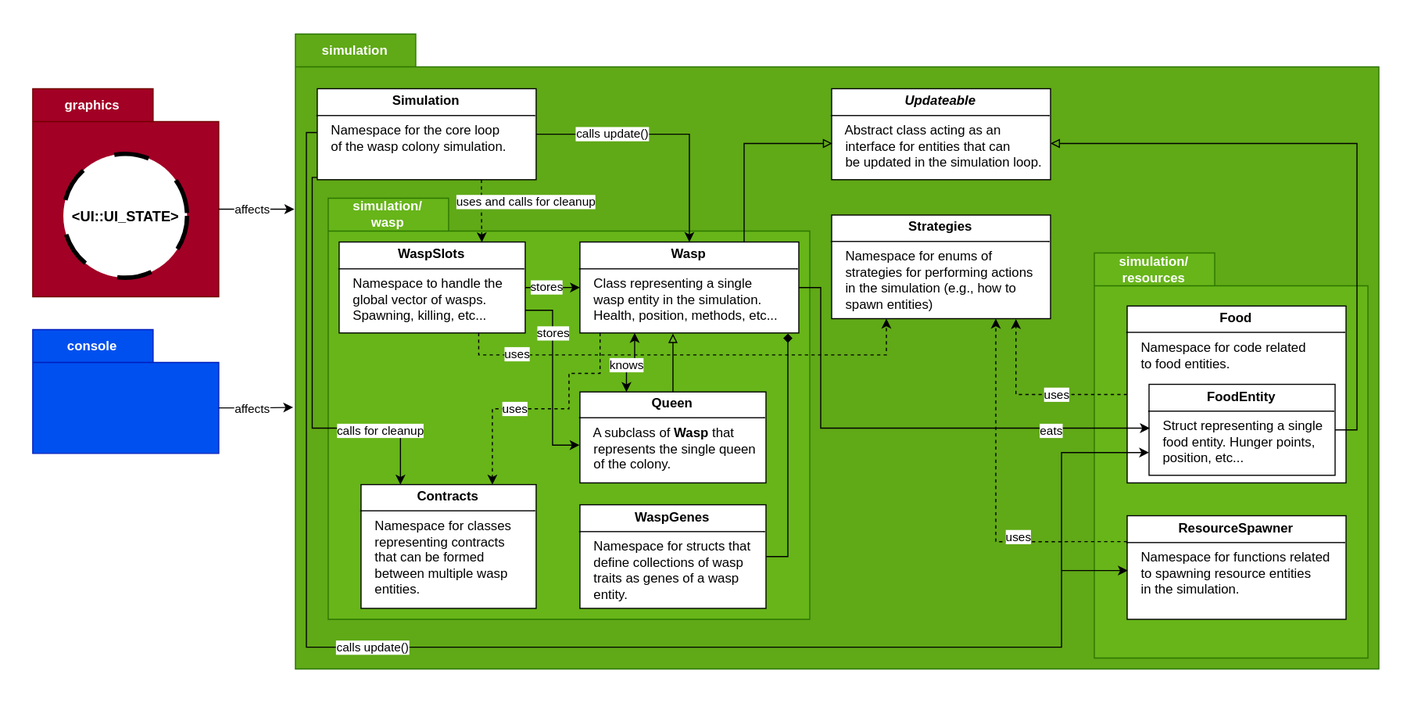
Earlier version of the draw.io export docs/img/simulation_architecture.svg (ErikSeewald/Eriks-Wasp-Sim). Source tidied: cells renumbered, new cells last; positions are measured from the earlier drawing's top-left corner, leaving out a move shared by most shapes.
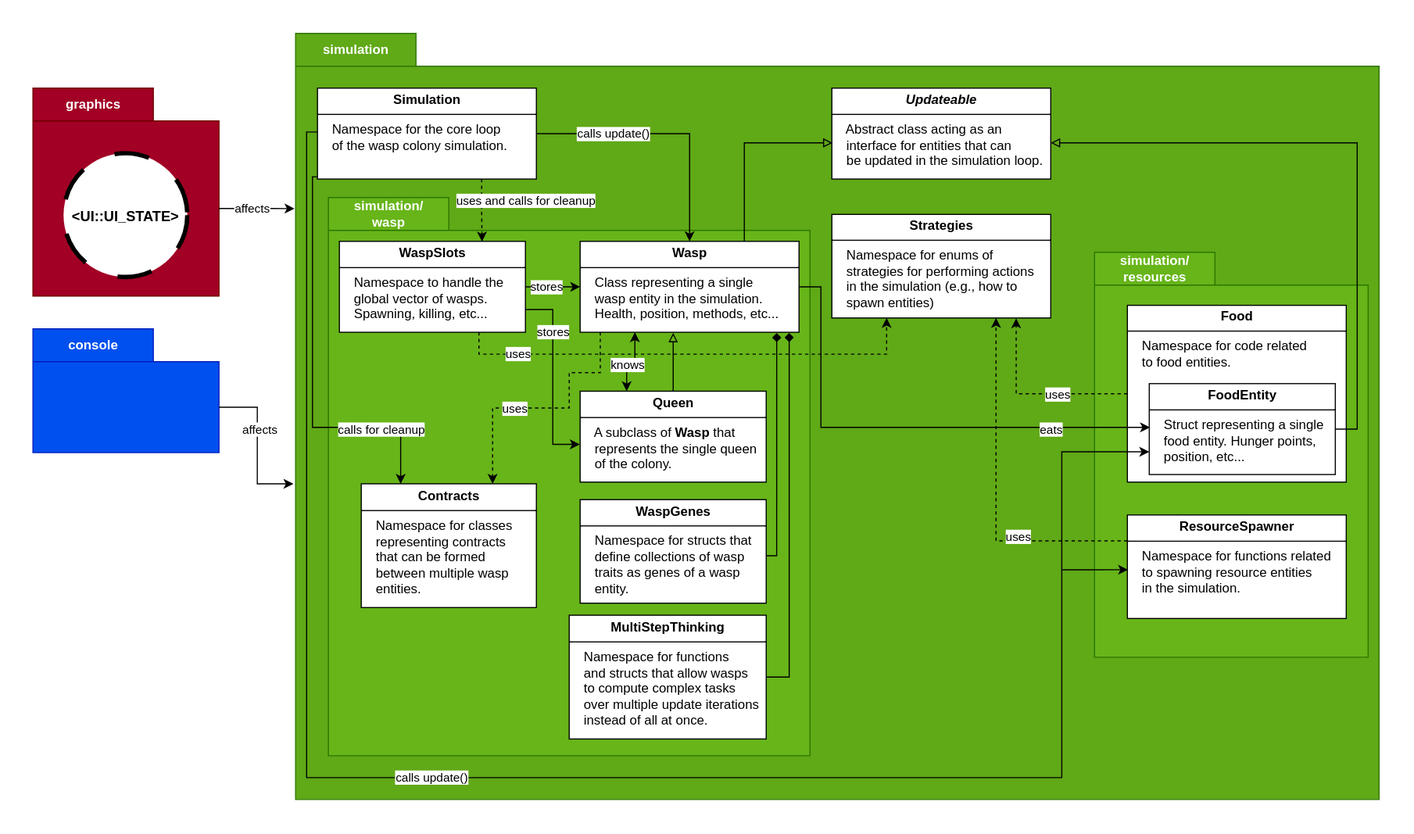
The same diagram one commit later.

What changed in the source:
```diff
@@ -6,7 +6,7 @@
       <mxGeometry y="50" width="170" height="190" as="geometry" />
     </mxCell>
     <mxCell id="3" value="simulation" style="shape=folder;fontStyle=1;tabWidth=110;tabHeight=30;tabPosition=left;html=1;boundedLbl=1;labelInHeader=1;whiteSpace=wrap;fillColor=#60a917;fontColor=#ffffff;strokeColor=#2D7600;" parent="1" vertex="1">
-      <mxGeometry x="240" width="990" height="580" as="geometry" />
+      <mxGeometry x="240" width="990" height="700" as="geometry" />
     </mxCell>
     <mxCell id="4" value="&lt;p style=&quot;margin:0px;margin-top:4px;text-align:center;&quot;&gt;&lt;b&gt;Simulation&lt;/b&gt;&lt;/p&gt;&lt;hr size=&quot;1&quot; style=&quot;border-style:solid;&quot;&gt;&lt;div style=&quot;height:2px;&quot;&gt;&amp;nbsp; &amp;nbsp; Namespace for the core loop&lt;br&gt;&amp;nbsp; &amp;nbsp; of the wasp colony simulation.&lt;/div&gt;" style="verticalAlign=top;align=left;overflow=fill;html=1;whiteSpace=wrap;" parent="1" vertex="1">
       <mxGeometry x="260" y="50" width="200" height="83.1" as="geometry" />
@@ -78,9 +78,9 @@
     <mxCell id="20" style="edgeStyle=orthogonalEdgeStyle;rounded=0;jettySize=auto;html=1;entryX=0;entryY=0.75;entryDx=0;entryDy=0;" parent="1" edge="1" source="4" target="14">
       <mxGeometry relative="1" as="geometry">
         <Array as="points">
-          <mxPoint x="250" y="90" />
-          <mxPoint x="250" y="560" />
-          <mxPoint x="940" y="560" />
+          <mxPoint x="250.1" y="90.1" />
+          <mxPoint x="250.1" y="680" />
+          <mxPoint x="940" y="680" />
           <mxPoint x="940" y="382.3" />
         </Array>
       </mxGeometry>
@@ -105,7 +105,7 @@
       <mxGeometry x="-0.25" relative="1" as="geometry" />
     </mxCell>
     <mxCell id="25" value="simulation/&lt;br&gt;wasp" style="shape=folder;fontStyle=1;tabWidth=110;tabHeight=30;tabPosition=left;html=1;boundedLbl=1;labelInHeader=1;whiteSpace=wrap;fillColor=#67B519;fontColor=#ffffff;strokeColor=#2D7600;" parent="1" vertex="1">
-      <mxGeometry x="270" y="150" width="440" height="384.6" as="geometry" />
+      <mxGeometry x="270" y="150" width="440" height="510" as="geometry" />
     </mxCell>
     <mxCell id="26" style="edgeStyle=orthogonalEdgeStyle;rounded=0;jettySize=auto;html=1;entryX=0.004;entryY=0.475;entryDx=0;entryDy=0;entryPerimeter=0;" parent="1" edge="1" source="29" target="14">
       <mxGeometry relative="1" as="geometry">
@@ -121,10 +121,11 @@
         <mxPoint y="1" as="offset" />
       </mxGeometry>
     </mxCell>
-    <mxCell id="28" style="edgeStyle=orthogonalEdgeStyle;rounded=0;jettySize=auto;html=1;exitX=0.95;exitY=1.007;exitDx=0;exitDy=0;entryX=1;entryY=0.5;entryDx=0;entryDy=0;exitPerimeter=0;endArrow=none;endFill=0;startArrow=diamond;startFill=1;" parent="1" edge="1" source="29" target="46">
+    <mxCell id="28" style="edgeStyle=orthogonalEdgeStyle;rounded=0;jettySize=auto;html=1;exitX=0.898;exitY=1.008;exitDx=0;exitDy=0;entryX=1;entryY=0.5;entryDx=0;entryDy=0;exitPerimeter=0;endArrow=none;endFill=0;startArrow=diamond;startFill=1;" parent="1" edge="1" source="29" target="46">
       <mxGeometry relative="1" as="geometry">
         <Array as="points">
-          <mxPoint x="690" y="477.3" />
+          <mxPoint x="679.6" y="477.3" />
+          <mxPoint x="670" y="477.3" />
         </Array>
       </mxGeometry>
     </mxCell>
@@ -186,7 +187,7 @@
       <mxGeometry x="0.19" relative="1" as="geometry" />
     </mxCell>
     <mxCell id="46" value="&lt;p style=&quot;margin:0px;margin-top:4px;text-align:center;&quot;&gt;&lt;b&gt;WaspGenes&lt;/b&gt;&lt;/p&gt;&lt;hr size=&quot;1&quot; style=&quot;border-style:solid;&quot;&gt;&lt;div style=&quot;height:2px;&quot;&gt;&amp;nbsp; &amp;nbsp; Namespace for structs that&lt;br&gt;&amp;nbsp; &amp;nbsp; define collections of wasp&lt;br&gt;&amp;nbsp; &amp;nbsp; traits as genes of a wasp&lt;br&gt;&amp;nbsp; &amp;nbsp; entity.&lt;/div&gt;" style="verticalAlign=top;align=left;overflow=fill;html=1;whiteSpace=wrap;" parent="1" vertex="1">
-      <mxGeometry x="500" y="430" width="170" height="94.6" as="geometry" />
+      <mxGeometry x="500" y="426" width="170" height="94.6" as="geometry" />
     </mxCell>
     <mxCell id="47" value="&lt;p style=&quot;margin:0px;margin-top:4px;text-align:center;&quot;&gt;&lt;b&gt;Contracts&lt;/b&gt;&lt;/p&gt;&lt;hr size=&quot;1&quot; style=&quot;border-style:solid;&quot;&gt;&lt;div style=&quot;height:2px;&quot;&gt;&amp;nbsp; &amp;nbsp; Namespace for classes&lt;br&gt;&amp;nbsp; &amp;nbsp; representing contracts&lt;br&gt;&amp;nbsp; &amp;nbsp; that can be formed&lt;br&gt;&amp;nbsp; &amp;nbsp; between multiple wasp&lt;br&gt;&amp;nbsp; &amp;nbsp; entities.&lt;/div&gt;" style="verticalAlign=top;align=left;overflow=fill;html=1;whiteSpace=wrap;" parent="1" vertex="1">
       <mxGeometry x="300" y="411.5" width="160" height="113.1" as="geometry" />
@@ -221,5 +222,15 @@
         <mxPoint x="8" y="-1" as="offset" />
       </mxGeometry>
     </mxCell>
+    <mxCell id="52" value="&lt;p style=&quot;margin:0px;margin-top:4px;text-align:center;&quot;&gt;&lt;b&gt;MultiStepThinking&lt;/b&gt;&lt;/p&gt;&lt;hr size=&quot;1&quot; style=&quot;border-style:solid;&quot;&gt;&lt;div style=&quot;height:2px;&quot;&gt;&amp;nbsp; &amp;nbsp; Namespace for functions &lt;br&gt;&amp;nbsp; &amp;nbsp; and structs that allow wasps&lt;br&gt;&amp;nbsp; &amp;nbsp; to compute complex tasks&lt;br&gt;&amp;nbsp; &amp;nbsp; over multiple update iterations&amp;nbsp; &amp;nbsp; &amp;nbsp; instead of all at once.&lt;/div&gt;" style="verticalAlign=top;align=left;overflow=fill;html=1;whiteSpace=wrap;" parent="1" vertex="1">
+      <mxGeometry x="490" y="531.6" width="180" height="113.1" as="geometry" />
+    </mxCell>
+    <mxCell id="53" style="edgeStyle=orthogonalEdgeStyle;rounded=0;jettySize=auto;html=1;exitX=0.955;exitY=1.007;exitDx=0;exitDy=0;entryX=1;entryY=0.5;entryDx=0;entryDy=0;exitPerimeter=0;endArrow=none;endFill=0;startArrow=diamond;startFill=1;" parent="1" edge="1" source="29" target="52">
+      <mxGeometry relative="1" as="geometry">
+        <Array as="points">
+          <mxPoint x="691" y="588.2" />
+        </Array>
+      </mxGeometry>
+    </mxCell>
   </root>
 </mxGraphModel>
```
